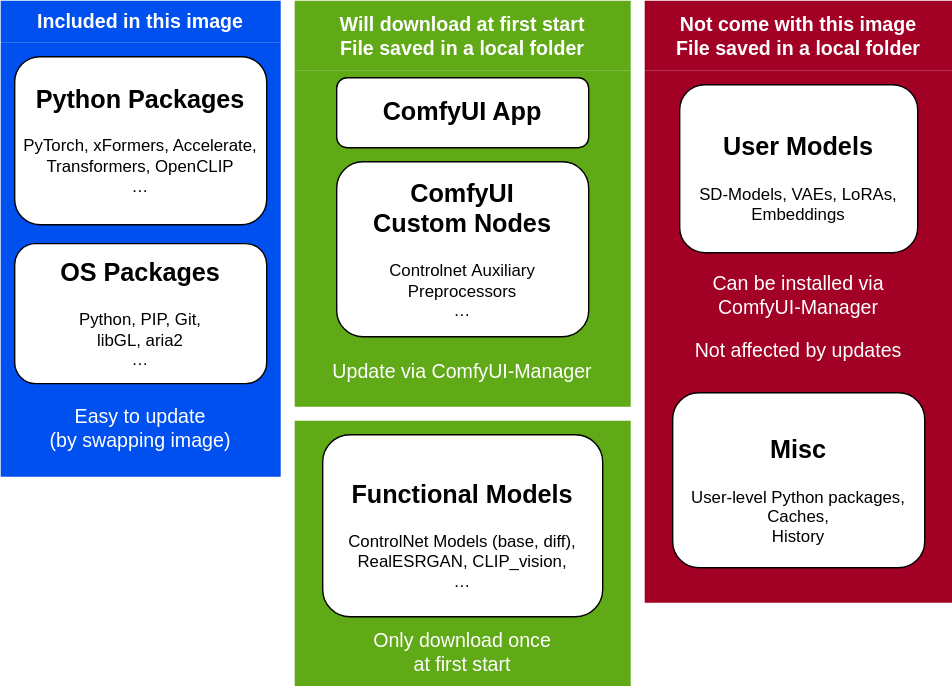
This is docs/chart-concept.svg from YanWenKun/ComfyUI-Docker, a draw.io export, as it was before one commit. Source tidied: cells renumbered, new cells last; positions are measured from the earlier drawing's top-left corner, leaving out a move shared by most shapes.
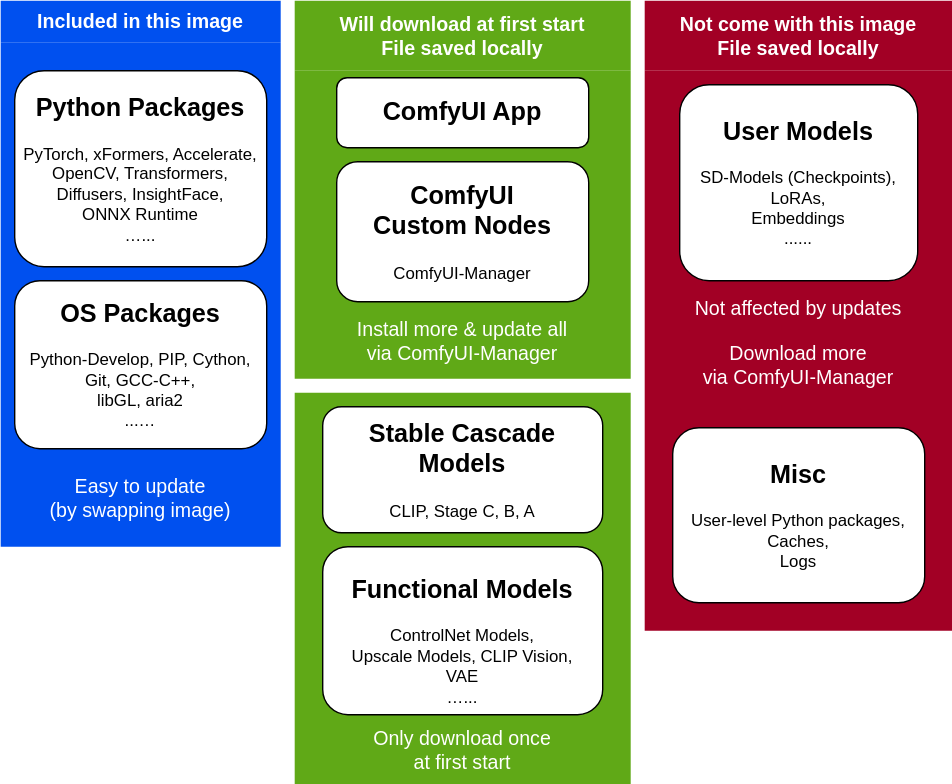
After the commit.

What changed in the source:
```diff
@@ -3,52 +3,55 @@
     <mxCell id="0" />
     <mxCell id="1" parent="0" />
     <mxCell id="2" value="Included in this image" style="swimlane;whiteSpace=wrap;html=1;fillColor=#0050ef;strokeColor=none;fontColor=#ffffff;fillStyle=auto;swimlaneFillColor=#0050EF;fontSize=14;fontFamily=Helvetica;swimlaneLine=0;shadow=0;rounded=0;glass=0;startSize=30;" parent="1" vertex="1">
-      <mxGeometry width="200" height="340" as="geometry" />
+      <mxGeometry width="200" height="390" as="geometry" />
     </mxCell>
-    <mxCell id="3" value="&lt;h2&gt;Python Packages&lt;/h2&gt;&lt;div&gt;PyTorch, xFormers, Accelerate,&lt;/div&gt;&lt;div&gt;Transformers, OpenCLIP&lt;/div&gt;&lt;div&gt;…&lt;/div&gt;&lt;div&gt;&lt;br&gt;&lt;/div&gt;" style="rounded=1;whiteSpace=wrap;html=1;" parent="2" vertex="1">
-      <mxGeometry x="10" y="40" width="180" height="120" as="geometry" />
+    <mxCell id="3" value="&lt;h2&gt;Python Packages&lt;/h2&gt;&lt;div&gt;PyTorch, xFormers, Accelerate,&lt;/div&gt;&lt;div&gt;OpenCV, Transformers,&lt;/div&gt;&lt;div&gt;Diffusers,&amp;nbsp;&lt;span style=&quot;background-color: initial;&quot;&gt;InsightFace,&lt;/span&gt;&lt;/div&gt;&lt;div&gt;ONNX Runtime&lt;/div&gt;&lt;div&gt;…...&lt;/div&gt;&lt;div&gt;&lt;br&gt;&lt;/div&gt;" style="rounded=1;whiteSpace=wrap;html=1;" parent="2" vertex="1">
+      <mxGeometry x="10" y="50" width="180" height="140" as="geometry" />
     </mxCell>
-    <mxCell id="4" value="&lt;h2&gt;OS Packages&lt;/h2&gt;&lt;div&gt;Python, PIP, Git,&lt;/div&gt;libGL, aria2&lt;span style=&quot;background-color: initial;&quot;&gt;&lt;br&gt;…&lt;br&gt;&lt;br&gt;&lt;/span&gt;" style="rounded=1;whiteSpace=wrap;html=1;" parent="2" vertex="1">
-      <mxGeometry x="10" y="173.5" width="180" height="100" as="geometry" />
+    <mxCell id="4" value="&lt;h2&gt;OS Packages&lt;/h2&gt;&lt;div&gt;Python-Develop, PIP, Cython,&lt;/div&gt;&lt;div&gt;Git,&amp;nbsp;&lt;span style=&quot;background-color: initial;&quot;&gt;GCC-C++,&lt;/span&gt;&lt;/div&gt;libGL, aria2&lt;span style=&quot;background-color: initial;&quot;&gt;&lt;br&gt;...…&lt;br&gt;&lt;br&gt;&lt;/span&gt;" style="rounded=1;whiteSpace=wrap;html=1;" parent="2" vertex="1">
+      <mxGeometry x="10" y="200" width="180" height="120" as="geometry" />
     </mxCell>
     <mxCell id="5" value="Easy to update&lt;br&gt;(by swapping image)" style="text;html=1;align=center;verticalAlign=middle;whiteSpace=wrap;rounded=0;fontColor=#FFFFFF;fontSize=14;" parent="2" vertex="1">
-      <mxGeometry x="30" y="290" width="140" height="30" as="geometry" />
+      <mxGeometry x="30" y="340" width="140" height="30" as="geometry" />
     </mxCell>
-    <mxCell id="6" value="Will download at first start&lt;br style=&quot;font-size: 14px;&quot;&gt;File saved in a local folder" style="swimlane;whiteSpace=wrap;html=1;startSize=50;fillColor=#60a917;fontColor=#ffffff;strokeColor=none;fontSize=14;fontFamily=Helvetica;swimlaneFillColor=#60A917;swimlaneLine=0;shadow=0;glass=0;" parent="1" vertex="1">
-      <mxGeometry x="210" width="240" height="290" as="geometry" />
+    <mxCell id="6" value="Will download at first start&lt;br style=&quot;font-size: 14px;&quot;&gt;File saved locally" style="swimlane;whiteSpace=wrap;html=1;startSize=50;fillColor=#60a917;fontColor=#ffffff;strokeColor=none;fontSize=14;fontFamily=Helvetica;swimlaneFillColor=#60A917;swimlaneLine=0;shadow=0;glass=0;" parent="1" vertex="1">
+      <mxGeometry x="210" width="240" height="270" as="geometry" />
     </mxCell>
     <mxCell id="7" value="&lt;h2&gt;ComfyUI App&lt;/h2&gt;" style="rounded=1;whiteSpace=wrap;html=1;" parent="6" vertex="1">
       <mxGeometry x="30" y="55" width="180" height="50" as="geometry" />
     </mxCell>
-    <mxCell id="8" value="&lt;h2&gt;ComfyUI&lt;br&gt;Custom Nodes&lt;/h2&gt;&lt;div&gt;Controlnet&amp;nbsp;Auxiliary Preprocessors&lt;/div&gt;&lt;div&gt;…&lt;/div&gt;&lt;div&gt;&lt;br&gt;&lt;/div&gt;" style="rounded=1;whiteSpace=wrap;html=1;" parent="6" vertex="1">
-      <mxGeometry x="30" y="115" width="180" height="125" as="geometry" />
+    <mxCell id="8" value="&lt;h2&gt;ComfyUI&lt;br&gt;Custom Nodes&lt;/h2&gt;ComfyUI-Manager&lt;br&gt;&lt;div&gt;&lt;br&gt;&lt;/div&gt;" style="rounded=1;whiteSpace=wrap;html=1;" parent="6" vertex="1">
+      <mxGeometry x="30" y="115" width="180" height="100" as="geometry" />
     </mxCell>
-    <mxCell id="9" value="Update via&amp;nbsp;ComfyUI-Manager" style="text;html=1;align=center;verticalAlign=middle;whiteSpace=wrap;rounded=0;fontColor=#FFFFFF;fontSize=14;" parent="6" vertex="1">
-      <mxGeometry y="250" width="240" height="30" as="geometry" />
+    <mxCell id="9" value="Install more &amp;amp; update all&lt;br&gt;via ComfyUI-Manager" style="text;html=1;align=center;verticalAlign=middle;whiteSpace=wrap;rounded=0;fontColor=#FFFFFF;fontSize=14;" parent="6" vertex="1">
+      <mxGeometry y="228" width="240" height="30" as="geometry" />
     </mxCell>
-    <mxCell id="10" value="Not come with this image&lt;br&gt;File saved in a local folder" style="swimlane;whiteSpace=wrap;html=1;fontSize=14;fillColor=#a20025;fontColor=#ffffff;strokeColor=none;swimlaneLine=0;swimlaneFillColor=#A20025;startSize=50;" parent="1" vertex="1">
-      <mxGeometry x="460" width="220" height="430" as="geometry" />
+    <mxCell id="10" value="Not come with this image&lt;br&gt;File saved locally" style="swimlane;whiteSpace=wrap;html=1;fontSize=14;fillColor=#a20025;fontColor=#ffffff;strokeColor=none;swimlaneLine=0;swimlaneFillColor=#A20025;startSize=50;" parent="1" vertex="1">
+      <mxGeometry x="460" width="220" height="450" as="geometry" />
     </mxCell>
-    <mxCell id="11" value="&lt;h2&gt;User Models&lt;/h2&gt;&lt;div&gt;SD-Models, VAEs, LoRAs,&lt;/div&gt;&lt;div&gt;Embeddings&lt;/div&gt;" style="rounded=1;whiteSpace=wrap;html=1;" parent="10" vertex="1">
-      <mxGeometry x="25" y="60" width="170" height="120" as="geometry" />
+    <mxCell id="11" value="&lt;h2&gt;User Models&lt;/h2&gt;&lt;div&gt;SD-Models (Checkpoints), LoRAs,&lt;/div&gt;&lt;div&gt;Embeddings&lt;/div&gt;&lt;div&gt;......&lt;/div&gt;&lt;div&gt;&lt;br&gt;&lt;/div&gt;" style="rounded=1;whiteSpace=wrap;html=1;" parent="10" vertex="1">
+      <mxGeometry x="25" y="60" width="170" height="140" as="geometry" />
     </mxCell>
-    <mxCell id="12" value="&lt;h2&gt;Misc&lt;/h2&gt;User-level Python packages,&lt;br&gt;Caches,&lt;br&gt;History" style="rounded=1;whiteSpace=wrap;html=1;glass=0;" parent="10" vertex="1">
-      <mxGeometry x="20" y="280" width="180" height="125" as="geometry" />
+    <mxCell id="12" value="&lt;h2&gt;Misc&lt;/h2&gt;User-level Python packages,&lt;br&gt;Caches,&lt;br&gt;Logs&lt;div&gt;&lt;br&gt;&lt;/div&gt;" style="rounded=1;whiteSpace=wrap;html=1;glass=0;" parent="10" vertex="1">
+      <mxGeometry x="20" y="305" width="180" height="125" as="geometry" />
     </mxCell>
     <mxCell id="13" value="Not affected by updates" style="text;html=1;align=center;verticalAlign=middle;whiteSpace=wrap;rounded=0;fontColor=#FFFFFF;fontSize=14;" parent="10" vertex="1">
-      <mxGeometry y="230" width="220" height="40" as="geometry" />
+      <mxGeometry y="200" width="220" height="40" as="geometry" />
     </mxCell>
-    <mxCell id="14" value="Can be installed via&lt;br style=&quot;border-color: var(--border-color);&quot;&gt;ComfyUI-Manager" style="text;html=1;align=center;verticalAlign=middle;whiteSpace=wrap;rounded=0;fontColor=#FFFFFF;fontSize=14;" parent="10" vertex="1">
-      <mxGeometry y="190" width="220" height="40" as="geometry" />
+    <mxCell id="14" value="Download more&lt;br&gt;via ComfyUI-Manager" style="text;html=1;align=center;verticalAlign=middle;whiteSpace=wrap;rounded=0;fontColor=#FFFFFF;fontSize=14;" parent="10" vertex="1">
+      <mxGeometry y="240" width="220" height="40" as="geometry" />
     </mxCell>
     <mxCell id="15" style="swimlane;startSize=0;strokeColor=none;swimlaneLine=0;fillColor=none;swimlaneFillColor=#60A917;" parent="1" vertex="1">
-      <mxGeometry x="210" y="300" width="240" height="190" as="geometry" />
+      <mxGeometry x="210" y="280" width="240" height="280" as="geometry" />
     </mxCell>
-    <mxCell id="16" value="&lt;h2&gt;Functional&amp;nbsp;Models&lt;/h2&gt;&lt;div&gt;ControlNet Models&amp;nbsp;&lt;span style=&quot;background-color: initial;&quot;&gt;(base, diff),&lt;/span&gt;&lt;/div&gt;&lt;div&gt;RealESRGAN,&amp;nbsp;&lt;span style=&quot;background-color: initial;&quot;&gt;CLIP_vision,&lt;/span&gt;&lt;/div&gt;&lt;div&gt;…&lt;/div&gt;" style="rounded=1;whiteSpace=wrap;html=1;" parent="15" vertex="1">
-      <mxGeometry x="20" y="10" width="200" height="130" as="geometry" />
+    <mxCell id="16" value="&lt;h2&gt;Functional&amp;nbsp;Models&lt;/h2&gt;&lt;div&gt;ControlNet Models&lt;span style=&quot;background-color: initial;&quot;&gt;,&lt;/span&gt;&lt;/div&gt;&lt;div&gt;Upscale Models,&amp;nbsp;&lt;span style=&quot;background-color: initial;&quot;&gt;CLIP Vision,&lt;/span&gt;&lt;/div&gt;&lt;div&gt;&lt;span style=&quot;background-color: initial;&quot;&gt;VAE&lt;/span&gt;&lt;/div&gt;&lt;div&gt;&lt;span style=&quot;background-color: initial;&quot;&gt;…...&lt;/span&gt;&lt;/div&gt;" style="rounded=1;whiteSpace=wrap;html=1;" parent="15" vertex="1">
+      <mxGeometry x="20" y="110" width="200" height="120" as="geometry" />
     </mxCell>
     <mxCell id="17" value="Only download once &lt;br&gt;at first start" style="text;html=1;align=center;verticalAlign=middle;whiteSpace=wrap;rounded=0;fontColor=#FFFFFF;fontSize=14;" parent="15" vertex="1">
-      <mxGeometry x="35" y="150" width="170" height="30" as="geometry" />
+      <mxGeometry x="35" y="240" width="170" height="30" as="geometry" />
     </mxCell>
+    <mxCell id="18" value="&lt;h2&gt;Stable Cascade&lt;br&gt;Models&lt;/h2&gt;&lt;div&gt;CLIP, Stage C, B, A&lt;/div&gt;&lt;div&gt;&lt;br&gt;&lt;/div&gt;" style="rounded=1;whiteSpace=wrap;html=1;" parent="15" vertex="1">
+      <mxGeometry x="20" y="10" width="200" height="90" as="geometry" />
+    </mxCell>
   </root>
 </mxGraphModel>
```
